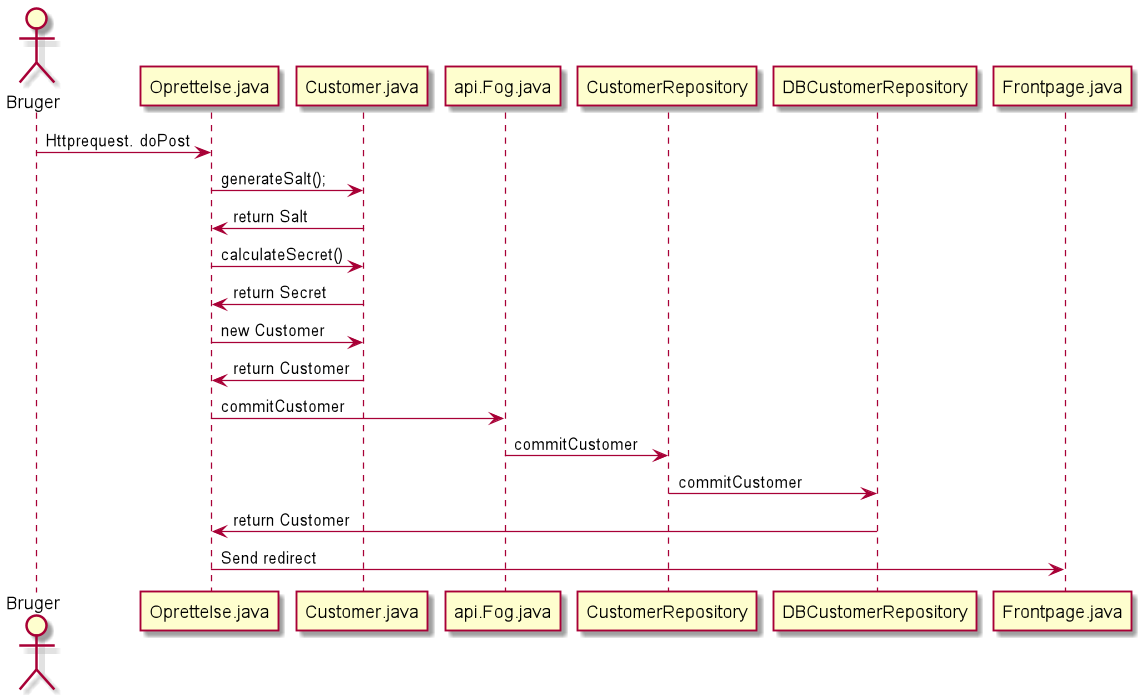
Earlier version of the PlantUML export src/main/Diagrammer/png/SekvensDiagram.png (jensgelbek/Fog). Source of this version:
```plantuml
@startuml

actor "Bruger"
Bruger -> Oprettelse.java: Httprequest. doPost

Oprettelse.java -> Customer.java: generateSalt();
Oprettelse.java <- Customer.java: return Salt
Oprettelse.java -> Customer.java: calculateSecret()
Oprettelse.java <- Customer.java: return Secret


Oprettelse.java -> Customer.java: new Customer

Oprettelse.java <- Customer.java: return Customer
Oprettelse.java -> api.Fog.java: commitCustomer
api.Fog.java -> CustomerRepository: commitCustomer
CustomerRepository -> DBCustomerRepository: commitCustomer

DBCustomerRepository -> Oprettelse.java: return Customer
Frontpage.java <- Oprettelse.java: Send redirect

@enduml
```
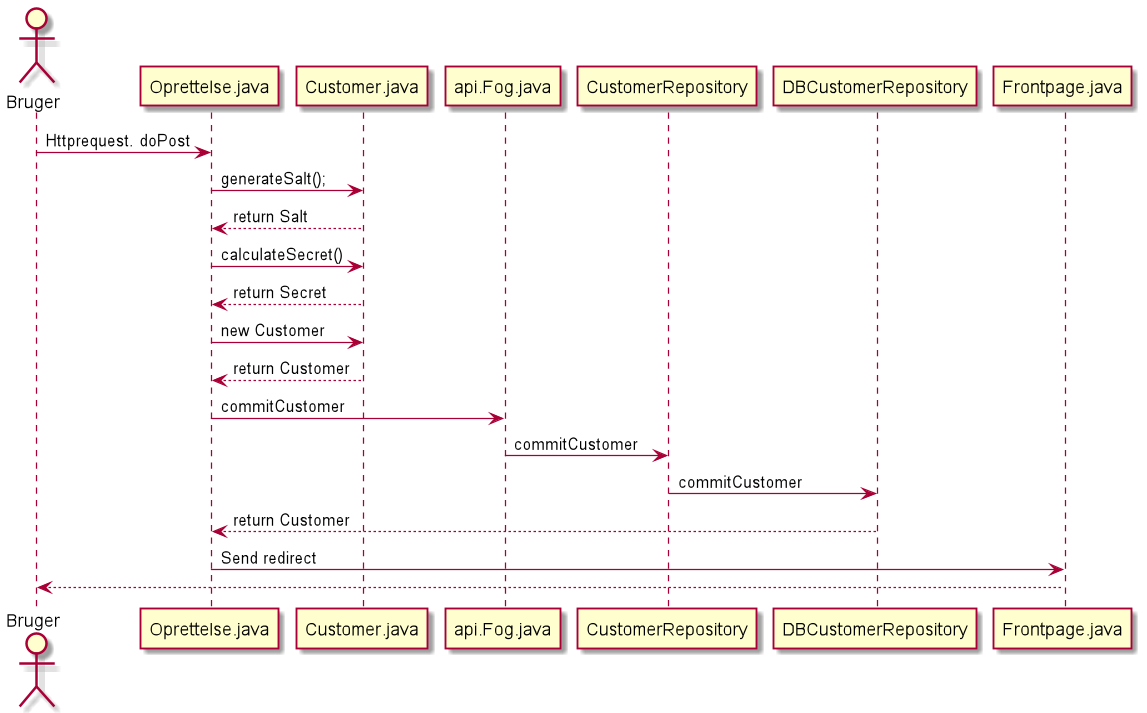
The same file after the commit.

What changed in the source:
```diff
@@ -4,19 +4,21 @@
 Bruger -> Oprettelse.java: Httprequest. doPost
 
 Oprettelse.java -> Customer.java: generateSalt();
-Oprettelse.java <- Customer.java: return Salt
+Oprettelse.java <-- Customer.java: return Salt
 Oprettelse.java -> Customer.java: calculateSecret()
-Oprettelse.java <- Customer.java: return Secret
+Oprettelse.java <-- Customer.java: return Secret
 
 
 Oprettelse.java -> Customer.java: new Customer
 
-Oprettelse.java <- Customer.java: return Customer
+Oprettelse.java <-- Customer.java: return Customer
 Oprettelse.java -> api.Fog.java: commitCustomer
 api.Fog.java -> CustomerRepository: commitCustomer
 CustomerRepository -> DBCustomerRepository: commitCustomer
 
-DBCustomerRepository -> Oprettelse.java: return Customer
+DBCustomerRepository --> Oprettelse.java: return Customer
 Frontpage.java <- Oprettelse.java: Send redirect
+Frontpage.java --> Bruger
+
 
 @enduml
```
